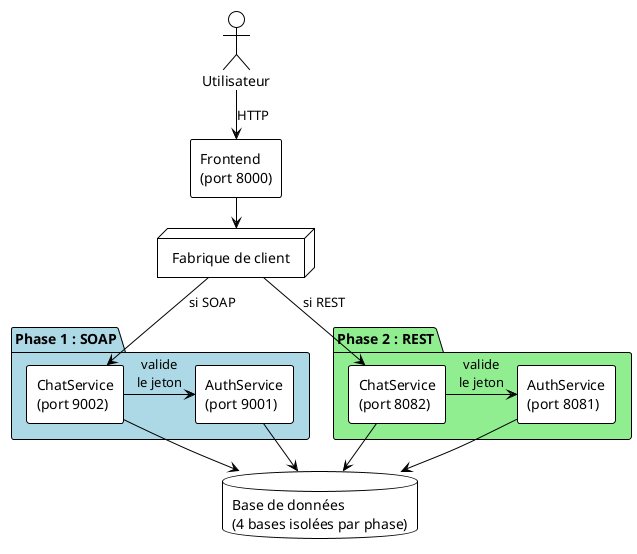
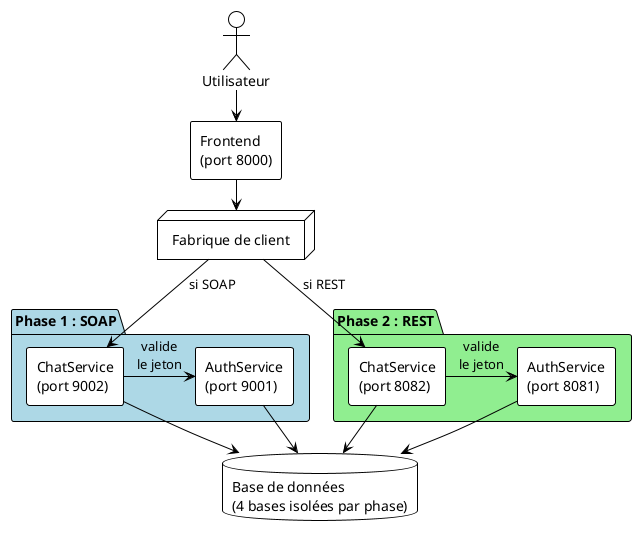
@startuml architecture-globale-simple
!theme plain
skinparam backgroundColor #FFFFFF
skinparam componentStyle rectangle
skinparam defaultFontName "Helvetica"
skinparam ranksep 30
skinparam nodesep 25

actor "Utilisateur" as user

[Frontend\n(port 8000)] as frontend

node "Fabrique de client" as factory

package "Phase 1 : SOAP" #LightBlue {
  [ChatService\n(port 9002)] as chatSoap
  [AuthService\n(port 9001)] as authSoap
  chatSoap -right-> authSoap : valide\nle jeton
}

package "Phase 2 : REST" #LightGreen {
  [ChatService\n(port 8082)] as chatRest
  [AuthService\n(port 8081)] as authRest
  chatRest -right-> authRest : valide\nle jeton
}

database "Base de données\n(4 bases isolées par phase)" as pg

- user --> frontend : HTTP
+ user --> frontend
frontend --> factory
factory --> chatSoap : si SOAP
factory --> chatRest : si REST

authSoap --> pg
chatSoap --> pg
authRest --> pg
chatRest --> pg

@enduml
